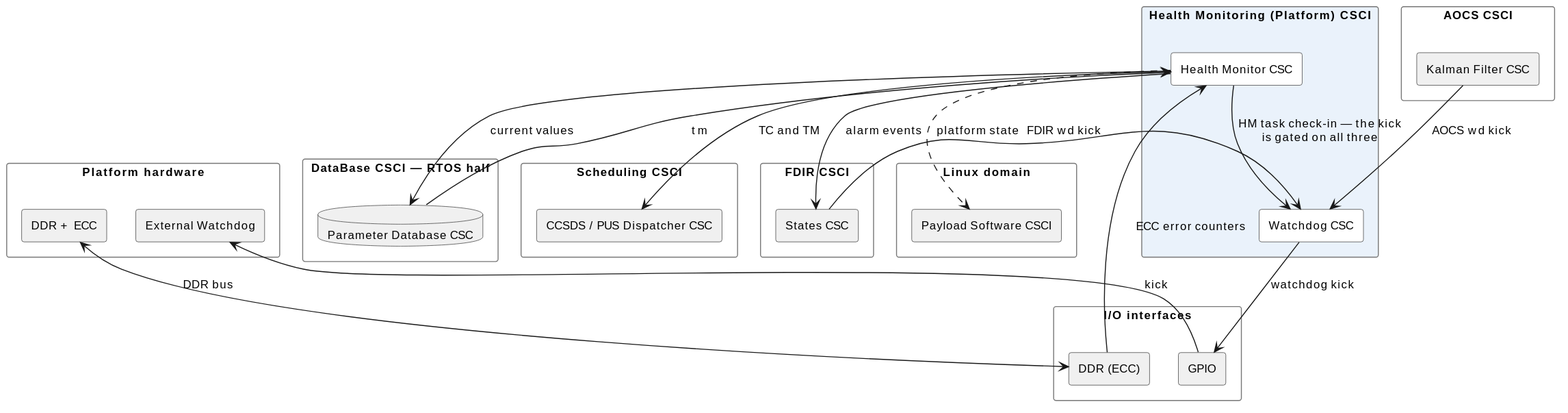
Before: docs/hms_plat_csci.svg, a diagram exported from PlantUML (seapit/urban-memory).
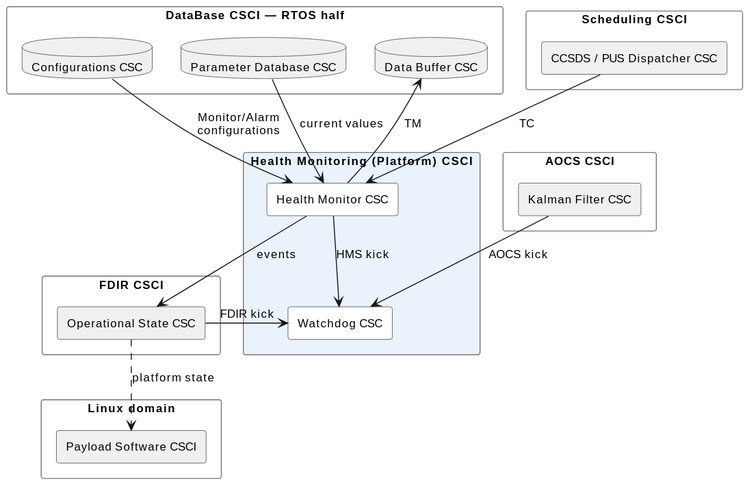
Later version of the same file.

The edit, as a diff of the source:
```diff
@@ -1,5 +1,4 @@
 @startuml
-
 skinparam componentStyle rectangle
 skinparam packageStyle rectangle
 skinparam shadowing false
@@ -26,40 +25,30 @@
 }
 
 package "DataBase CSCI — RTOS half" as DBRT {
+  database "Data Buffer CSC" as DBUF #F0F0F0
+  database "Configurations CSC" as CFG #F0F0F0
   database "Parameter Database CSC" as PDB #F0F0F0
 }
 package "Scheduling CSCI" as SCHED {
   component "CCSDS / PUS Dispatcher CSC" as CCSDS #F0F0F0
 }
 package "FDIR CSCI" as FDIR {
-  component "States CSC" as STATES #F0F0F0
+  component "Operational State CSC" as STATES #F0F0F0
 }
 package "AOCS CSCI" as AOCS {
   component "Kalman Filter CSC" as FILTER #F0F0F0
 }
-package "I/O interfaces" as IFACE {
-  component "GPIO" as GPIO #F0F0F0
-  component "DDR (ECC)" as DDRIF #F0F0F0
-}
 package "Linux domain" as LINDOM {
   component "Payload Software CSCI" as PAY #F0F0F0
 }
-package "Platform hardware" as PHW {
-  component "External Watchdog" as EXTWD #F0F0F0
-  component "DDR + ECC" as DDR #F0F0F0
-}
+HMON --> WD : HMS kick
 
-HMON --> WD : HM task check-in — the kick\nis gated on all three
-
-HMON --> PDB : current values
-PDB --> HMON : tm
-HMON <--> CCSDS : TC and TM
-HMON --> STATES : alarm events
-FILTER --> WD : AOCS wd kick
-STATES --> WD : FDIR wd kick
-WD --> GPIO : watchdog kick
-DDRIF --> HMON : ECC error counters
-HMON ..> PAY : platform state
-GPIO --> EXTWD : kick
-DDR <--> DDRIF : DDR bus
+CFG --> HMON : Monitor/Alarm\nconfigurations
+PDB --> HMON : current values
+CCSDS --> HMON : TC
+HMON --> DBUF : TM
+HMON --> STATES : events
+FILTER --> WD : AOCS kick
+STATES --> WD : FDIR kick
+STATES ..> PAY : platform state
 @enduml
```
